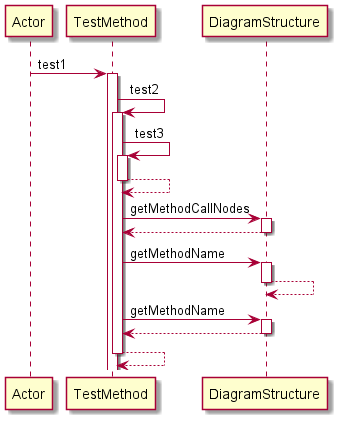
Before: Diagrams/test1.png, a diagram exported from PlantUML (manucapo/Gardener).
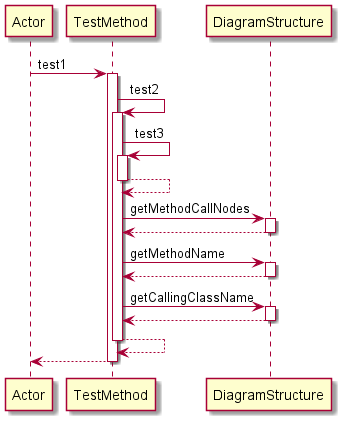
The same diagram one commit later.

Diff of the diagram source:
```diff
@@ -14,11 +14,13 @@
 deactivate DiagramStructure
 TestMethod -> DiagramStructure: getMethodName
 activate DiagramStructure
-DiagramStructure-->DiagramStructure
+DiagramStructure-->TestMethod
 deactivate DiagramStructure
-TestMethod -> DiagramStructure: getMethodName
+TestMethod -> DiagramStructure: getCallingClassName
 activate DiagramStructure
 DiagramStructure-->TestMethod
 deactivate DiagramStructure
+TestMethod-->TestMethod
+deactivate TestMethod
 return
 @enduml
```
